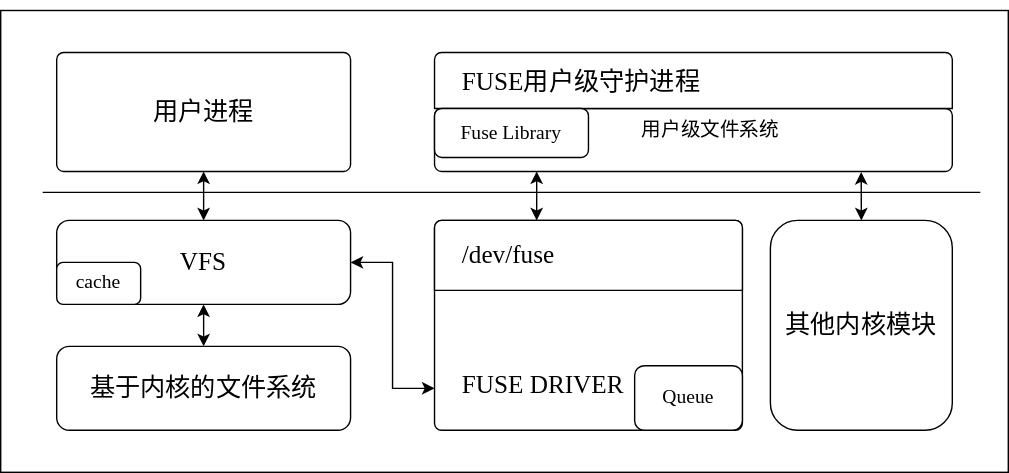
Above: 未命名绘图.drawio.svg in 493520280/blog-img (draw.io), before the change. Source tidied: cells renumbered, new cells last; positions are measured from the earlier drawing's top-left corner, leaving out a move shared by most shapes.
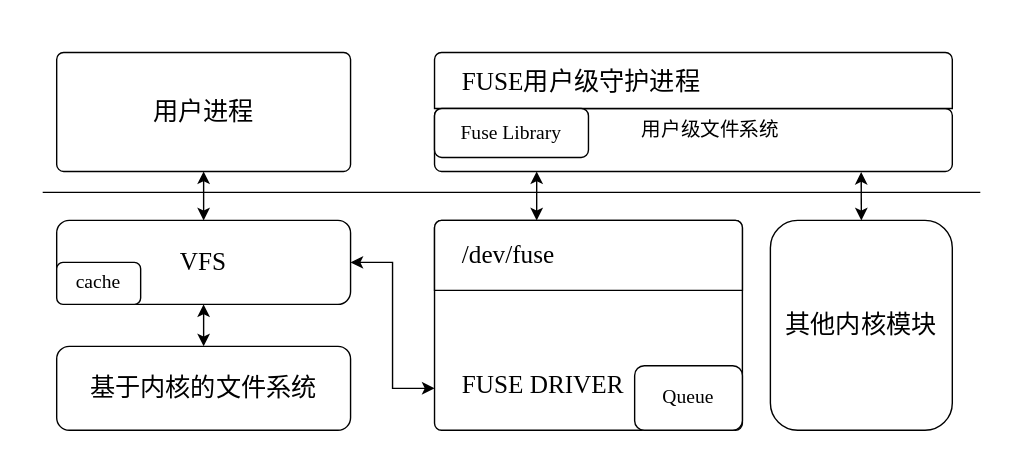
The same file after the commit.

Commit message:
更新未命名绘图.drawio.svg

What changed in the source:
```diff
@@ -2,7 +2,7 @@
   <root>
     <mxCell id="0" />
     <mxCell id="1" parent="0" />
-    <mxCell id="2" style="rounded=0;whiteSpace=wrap;html=1;fillColor=none;" parent="1" vertex="1">
+    <mxCell id="2" style="rounded=0;whiteSpace=wrap;html=1;fillColor=none;strokeColor=none;" parent="1" vertex="1">
       <mxGeometry width="720" height="330" as="geometry" />
     </mxCell>
     <mxCell id="3" style="endArrow=none;html=1;rounded=0;" parent="1" edge="1">
```
